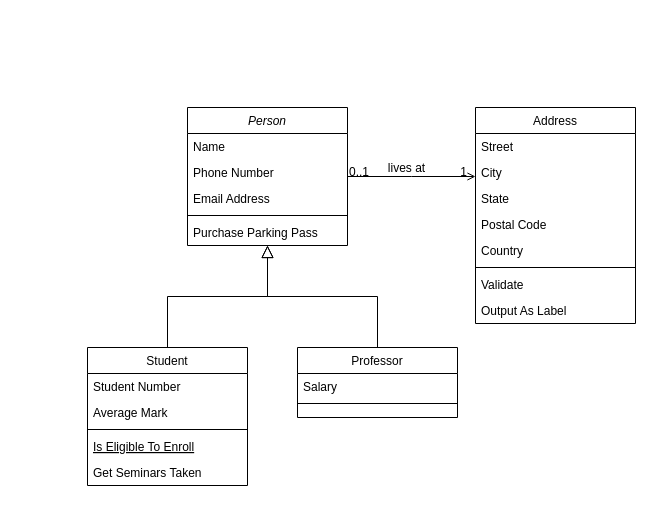
Before: Untitled Diagram.drawio in Hong123123/MindMap, a draw.io diagram. Source tidied: cells renumbered, new cells numbered last; positions are measured from the earlier drawing's top-left corner, leaving out a move shared by most shapes. Both pictures are drawn from the tidied source at 100%, with x=0, y=0 at pixel (87, 107).
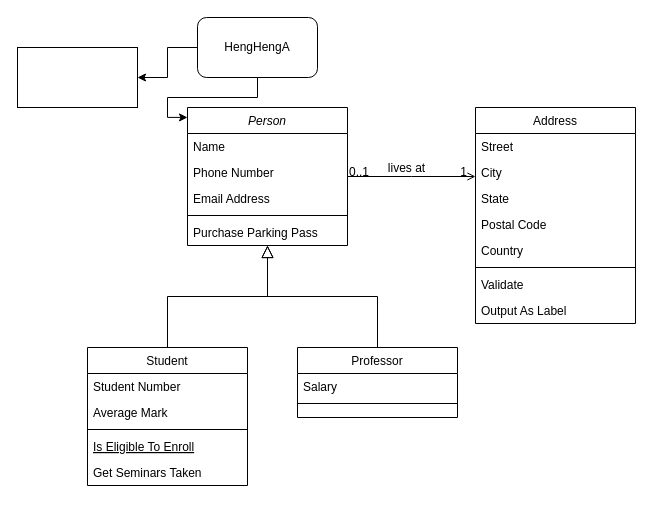
After the change.

The change refers to these unchanged cells:
```xml
<mxCell id="2" value="Person" style="swimlane;fontStyle=2;align=center;verticalAlign=top;horizontal=1;startSize=26;rounded=0;shadow=0;strokeWidth=1;" parent="1" vertex="1">
  <mxGeometry x="100" width="160" height="138" as="geometry" />
</mxCell>
```

Change to the diagram source:
```diff
@@
+    <mxCell id="32" style="rounded=0;whiteSpace=wrap;html=1;" parent="1" vertex="1">
+      <mxGeometry x="-70" y="-60" width="120" height="60" as="geometry" />
+    </mxCell>
+    <mxCell id="33" style="edgeStyle=orthogonalEdgeStyle;rounded=0;jettySize=auto;html=1;exitX=0;exitY=0.5;exitDx=0;exitDy=0;" parent="1" edge="1" source="35" target="32">
+      <mxGeometry relative="1" as="geometry" />
+    </mxCell>
+    <mxCell id="34" style="edgeStyle=orthogonalEdgeStyle;rounded=0;jettySize=auto;html=1;exitX=0.5;exitY=1;exitDx=0;exitDy=0;entryX=0;entryY=0.072;entryDx=0;entryDy=0;entryPerimeter=0;" parent="1" edge="1" source="35" target="2">
+      <mxGeometry relative="1" as="geometry" />
+    </mxCell>
+    <mxCell id="35" value="HengHengA" style="rounded=1;whiteSpace=wrap;html=1;" parent="1" vertex="1">
+      <mxGeometry x="110" y="-90" width="120" height="60" as="geometry" />
+    </mxCell>
```
